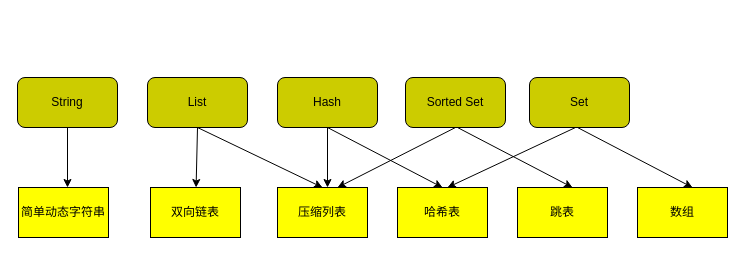
15732134294/files keeps this draw.io diagram as redis.drawio. Above is the earlier version. Source tidied: cells renumbered, new cells numbered last; positions are measured from the earlier drawing's top-left corner, leaving out a move shared by most shapes. Both pictures are drawn from the tidied source at 100%, with x=0, y=0 at pixel (17, 77).
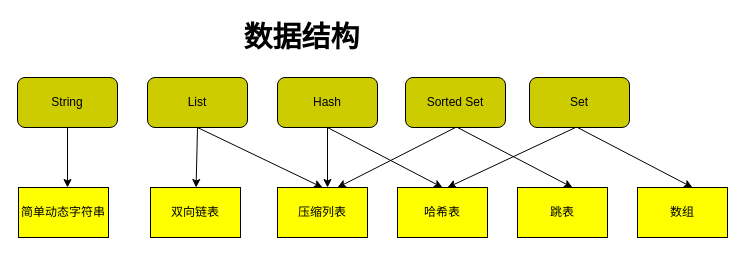
The same page after the edit.

Change to the diagram source:
```diff
@@
+    <mxCell id="22" value="数据结构" style="text;html=1;align=center;verticalAlign=middle;fillColor=none;strokeColor=none;rounded=0;fontStyle=1;fontSize=29;" parent="1" vertex="1">
+      <mxGeometry x="219" y="-60" width="130" height="40" as="geometry" />
+    </mxCell>
```
